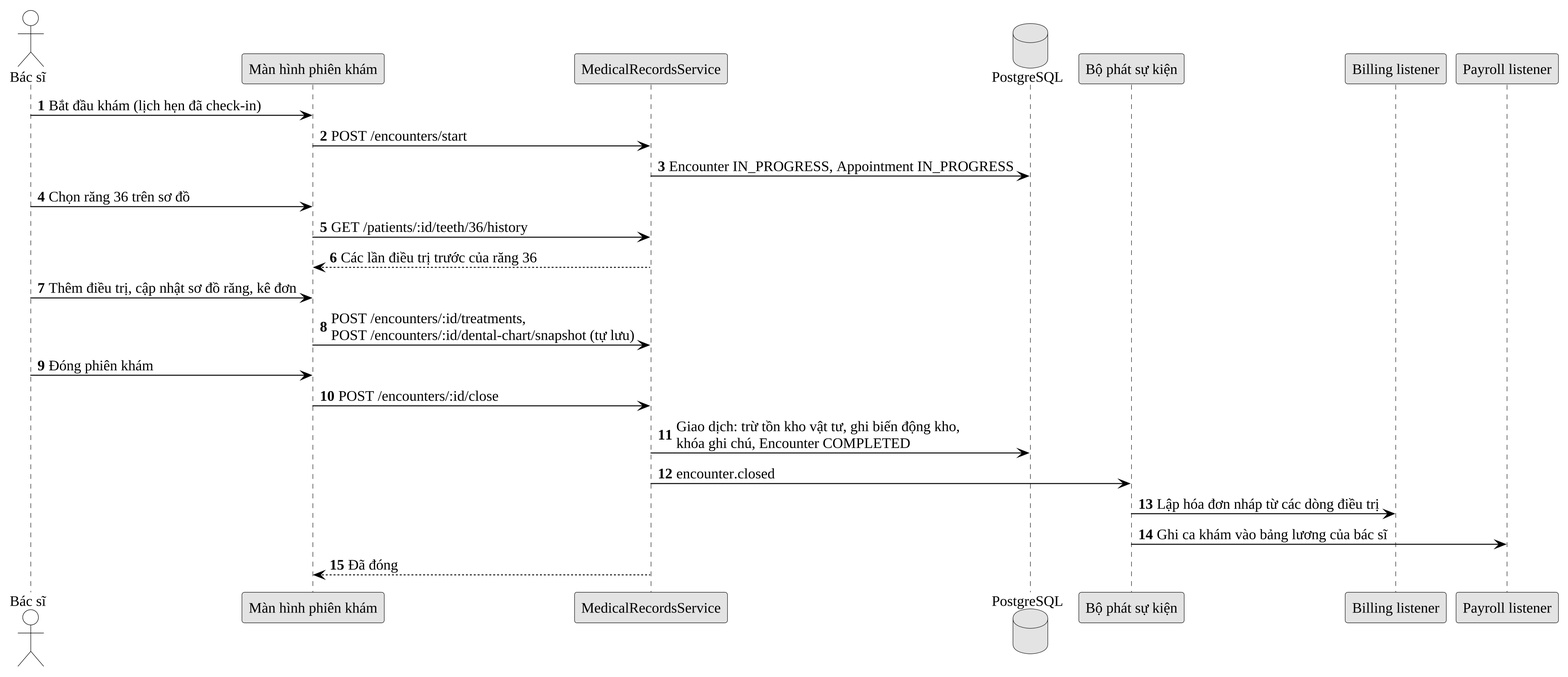
This is docs/10_Thesis/bao-cao/hinh/3-10-tuan-tu-kham-dong-phien.png from Trantuan0310/dental-clinic-nestjs-react, a PlantUML export, as it was before one commit. Its diagram source:
```plantuml
@startuml
!include _kieu.iuml
autonumber
actor "Bác sĩ" as BS
participant "Màn hình phiên khám" as FE
participant "MedicalRecordsService" as MR
database "PostgreSQL" as DB
participant "Bộ phát sự kiện" as EV
participant "Billing listener" as BL
participant "Payroll listener" as PL
BS -> FE : Bắt đầu khám (lịch hẹn đã check-in)
FE -> MR : POST /encounters/start
MR -> DB : Encounter IN_PROGRESS, Appointment IN_PROGRESS
BS -> FE : Chọn răng 36 trên sơ đồ
FE -> MR : GET /patients/:id/teeth/36/history
MR --> FE : Các lần điều trị trước của răng 36
BS -> FE : Thêm điều trị, cập nhật sơ đồ răng, kê đơn
FE -> MR : POST /encounters/:id/treatments,\nPOST /encounters/:id/dental-chart/snapshot (tự lưu)
BS -> FE : Đóng phiên khám
FE -> MR : POST /encounters/:id/close
MR -> DB : Giao dịch: trừ tồn kho vật tư, ghi biến động kho,\nkhóa ghi chú, Encounter COMPLETED
MR -> EV : encounter.closed
EV -> BL : Lập hóa đơn nháp từ các dòng điều trị
EV -> PL : Ghi ca khám vào bảng lương của bác sĩ
MR --> FE : Đã đóng
@enduml
```
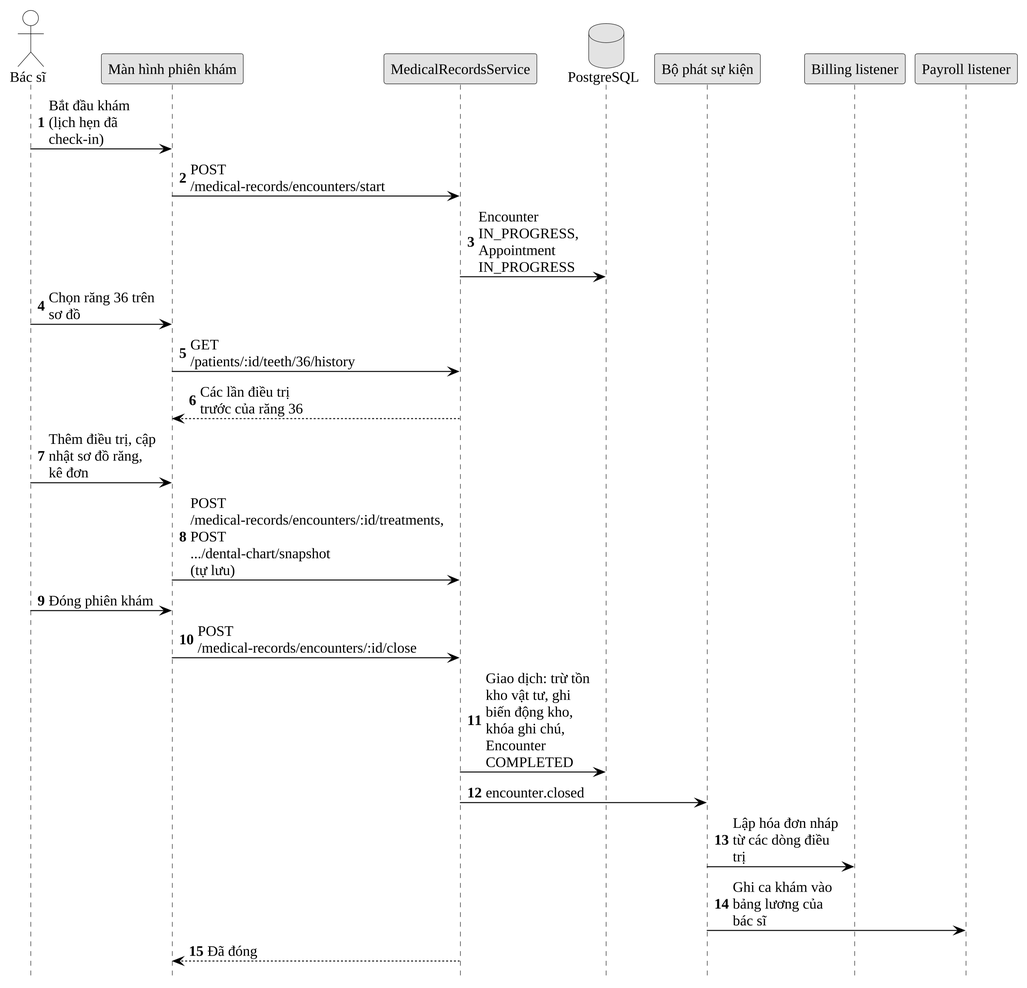
The same file after the commit.

Diff of the diagram source:
```diff
@@ -1,5 +1,8 @@
 @startuml
 !include _kieu.iuml
+skinparam wrapWidth 110
+skinparam maxMessageSize 110
+hide footbox
 autonumber
 actor "Bác sĩ" as BS
 participant "Màn hình phiên khám" as FE
@@ -9,15 +12,15 @@
 participant "Billing listener" as BL
 participant "Payroll listener" as PL
 BS -> FE : Bắt đầu khám (lịch hẹn đã check-in)
-FE -> MR : POST /encounters/start
+FE -> MR : POST /medical-records/encounters/start
 MR -> DB : Encounter IN_PROGRESS, Appointment IN_PROGRESS
 BS -> FE : Chọn răng 36 trên sơ đồ
 FE -> MR : GET /patients/:id/teeth/36/history
 MR --> FE : Các lần điều trị trước của răng 36
 BS -> FE : Thêm điều trị, cập nhật sơ đồ răng, kê đơn
-FE -> MR : POST /encounters/:id/treatments,\nPOST /encounters/:id/dental-chart/snapshot (tự lưu)
+FE -> MR : POST /medical-records/encounters/:id/treatments,\nPOST .../dental-chart/snapshot (tự lưu)
 BS -> FE : Đóng phiên khám
-FE -> MR : POST /encounters/:id/close
+FE -> MR : POST /medical-records/encounters/:id/close
 MR -> DB : Giao dịch: trừ tồn kho vật tư, ghi biến động kho,\nkhóa ghi chú, Encounter COMPLETED
 MR -> EV : encounter.closed
 EV -> BL : Lập hóa đơn nháp từ các dòng điều trị
```
